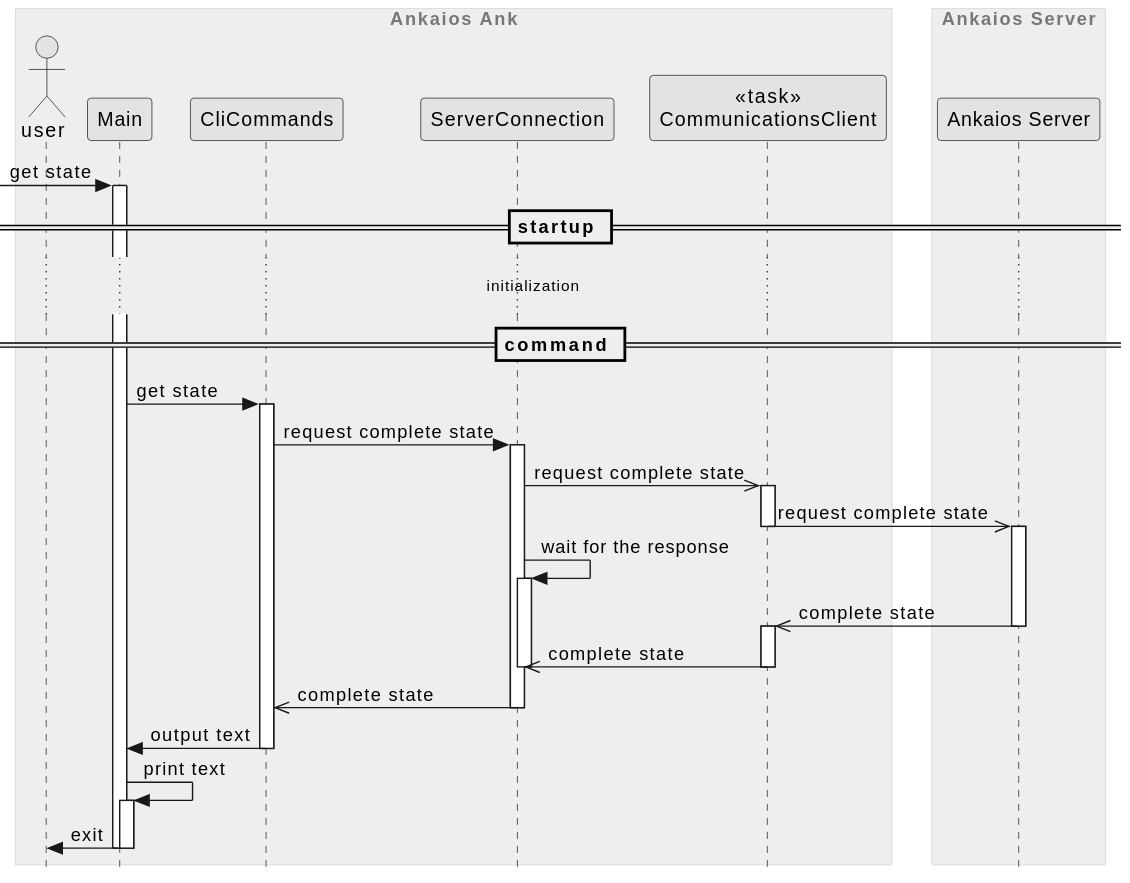
This is ank/doc/swdesign/plantuml/seq_get_state.svg from eclipse-ankaios/ankaios, a PlantUML export, as it was before one commit.
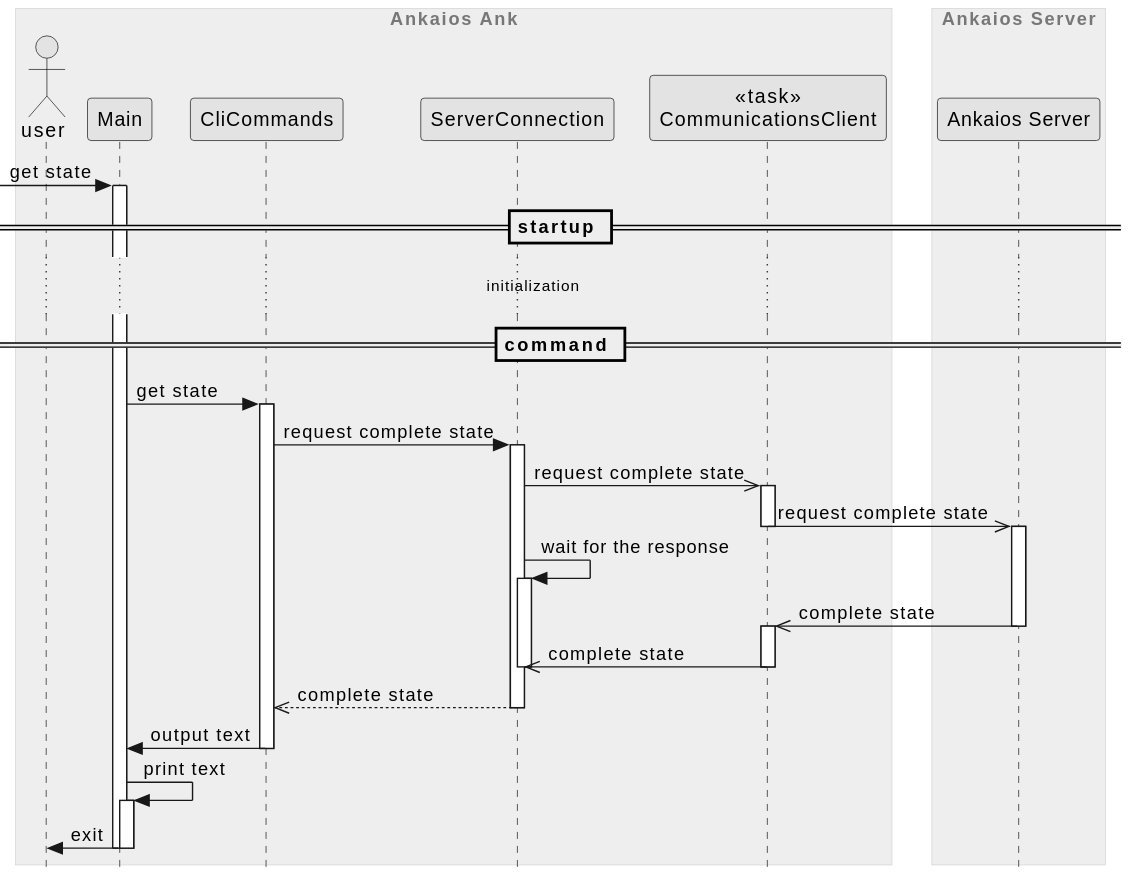
After the commit.

Change to the diagram source:
```diff
@@ -31,7 +31,7 @@
 communications_client <<- server --++: complete state
 server_connection <<- communications_client --: complete state
 deactivate server_connection
-cli_commands <<- server_connection --: complete state
+cli_commands <<-- server_connection --: complete state
 
 main <- cli_commands -- : output text
 deactivate cli_commands
```
